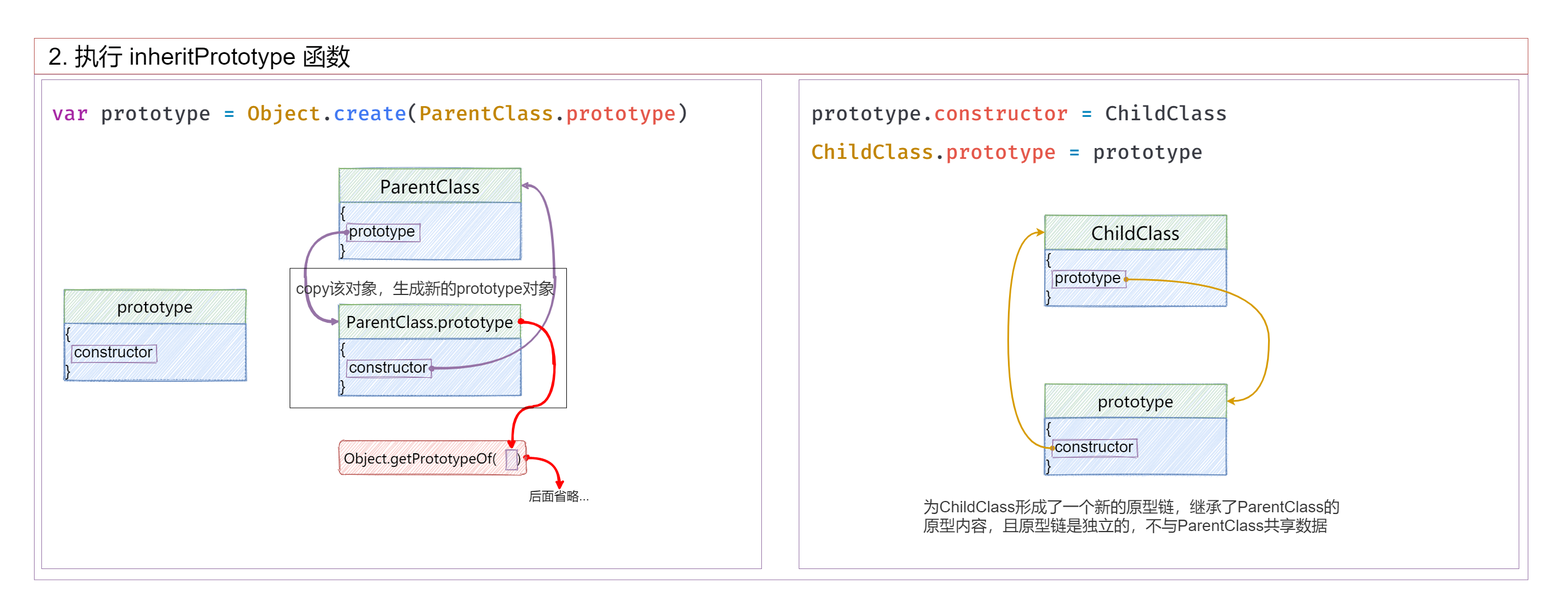
ywanzhou/Learn-front-end-from-scratc keeps this draw.io diagram as 04_JavaScript高级语法/07_继承/image/03_寄生组合式继承解析3.png. Above is the earlier version. Source tidied: cells renumbered, new cells last; positions are measured from the earlier drawing's top-left corner, leaving out a move shared by most shapes.
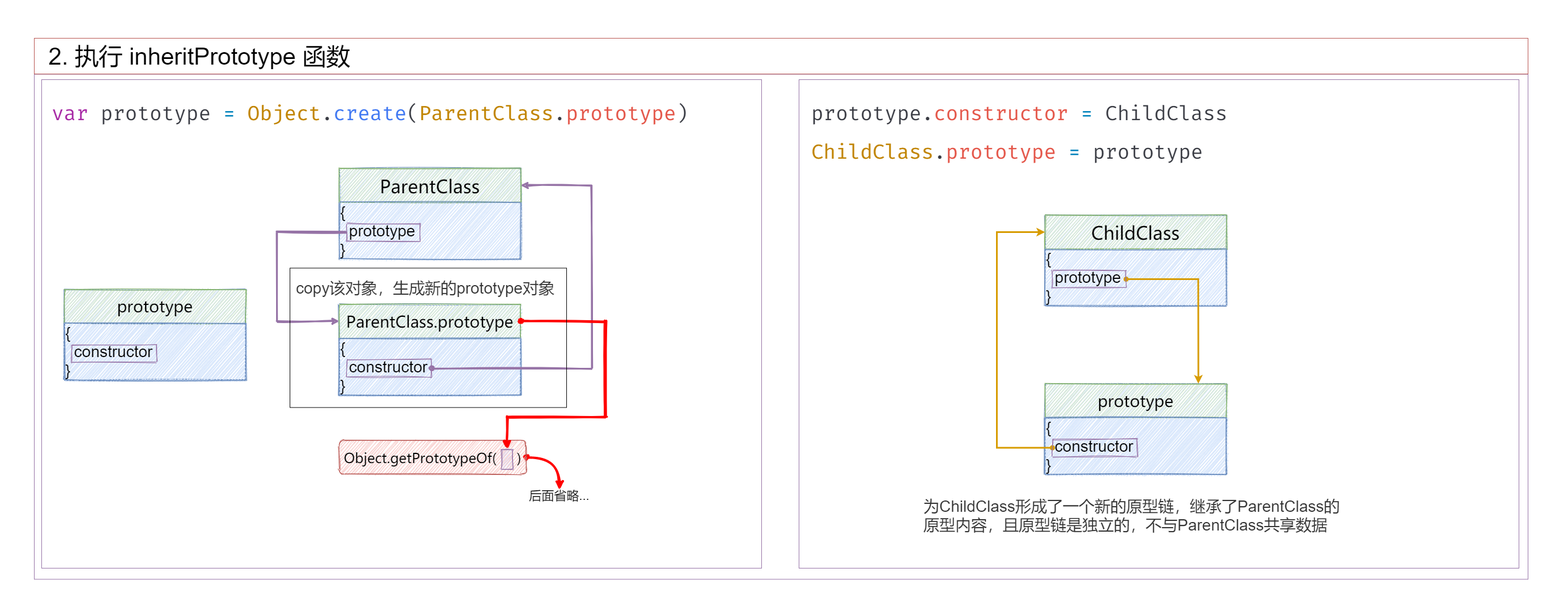
After the change.

Change to the diagram source:
```diff
@@ -2,6 +2,9 @@
   <root>
     <mxCell id="0" />
     <mxCell id="1" parent="0" />
+    <mxCell id="45" style="rounded=0;whiteSpace=wrap;html=1;fillColor=none;strokeColor=none;" parent="1" vertex="1">
+      <mxGeometry width="2765" height="1076" as="geometry" />
+    </mxCell>
     <mxCell id="2" style="rounded=0;whiteSpace=wrap;html=1;strokeColor=#9673a6;fillColor=none;" parent="1" vertex="1">
       <mxGeometry x="73" y="140" width="1270" height="862" as="geometry" />
     </mxCell>
@@ -29,22 +32,22 @@
     <mxCell id="10" value="&lt;font style=&quot;font-size: 28px&quot;&gt;{&lt;br&gt;&amp;nbsp; constructor&lt;br&gt;}&lt;/font&gt;" style="rounded=0;whiteSpace=wrap;html=1;fillColor=#dae8fc;strokeColor=#6c8ebf;align=left;sketch=1;" parent="1" vertex="1">
       <mxGeometry x="597.9" y="596.5" width="320" height="100" as="geometry" />
     </mxCell>
-    <mxCell id="11" style="edgeStyle=orthogonalEdgeStyle;curved=1;rounded=0;jettySize=auto;html=1;exitX=0;exitY=0.5;exitDx=0;exitDy=0;entryX=0;entryY=0.5;entryDx=0;entryDy=0;strokeWidth=3;fillColor=#e1d5e7;strokeColor=#9673a6;sketch=1;" parent="1" edge="1" source="12" target="7">
+    <mxCell id="11" style="edgeStyle=orthogonalEdgeStyle;rounded=0;jettySize=auto;html=1;exitX=0;exitY=0.5;exitDx=0;exitDy=0;entryX=0;entryY=0.5;entryDx=0;entryDy=0;strokeWidth=3;fillColor=#e1d5e7;strokeColor=#9673a6;sketch=1;" parent="1" edge="1" source="12" target="7">
       <mxGeometry relative="1" as="geometry">
         <Array as="points">
-          <mxPoint x="537.9" y="409.5" />
-          <mxPoint x="537.9" y="566.5" />
+          <mxPoint x="488" y="409" />
+          <mxPoint x="488" y="567" />
         </Array>
       </mxGeometry>
     </mxCell>
     <mxCell id="12" style="rounded=0;whiteSpace=wrap;html=1;strokeColor=#9673a6;fillColor=none;sketch=1;" parent="1" vertex="1">
       <mxGeometry x="610.9" y="394" width="130" height="31" as="geometry" />
     </mxCell>
-    <mxCell id="13" style="edgeStyle=orthogonalEdgeStyle;curved=1;rounded=0;jettySize=auto;html=1;exitX=1;exitY=0.5;exitDx=0;exitDy=0;entryX=1;entryY=0.5;entryDx=0;entryDy=0;strokeWidth=3;fillColor=#e1d5e7;strokeColor=#9673a6;sketch=1;startArrow=oval;startFill=1;" parent="1" edge="1" source="14" target="5">
+    <mxCell id="13" style="edgeStyle=orthogonalEdgeStyle;rounded=0;jettySize=auto;html=1;exitX=1;exitY=0.5;exitDx=0;exitDy=0;entryX=1;entryY=0.5;entryDx=0;entryDy=0;strokeWidth=3;fillColor=#e1d5e7;strokeColor=#9673a6;sketch=1;startArrow=oval;startFill=1;" parent="1" edge="1" source="14" target="5">
       <mxGeometry relative="1" as="geometry">
         <Array as="points">
-          <mxPoint x="977.9" y="649.5" />
-          <mxPoint x="977.9" y="326.5" />
+          <mxPoint x="1043" y="649" />
+          <mxPoint x="1043" y="327" />
         </Array>
       </mxGeometry>
     </mxCell>
@@ -58,27 +61,17 @@
       <mxGeometry x="597.9" y="776.5" width="330" height="60" as="geometry" />
     </mxCell>
     <mxCell id="17" style="rounded=0;whiteSpace=wrap;html=1;fillColor=#e1d5e7;strokeColor=#9673a6;sketch=1;" parent="1" vertex="1">
-      <mxGeometry x="891.9" y="792" width="20" height="35" as="geometry" />
+      <mxGeometry x="884" y="792" width="20" height="35" as="geometry" />
     </mxCell>
-    <mxCell id="18" style="edgeStyle=orthogonalEdgeStyle;curved=1;rounded=0;jettySize=auto;html=1;exitX=1;exitY=0.5;exitDx=0;exitDy=0;entryX=0.5;entryY=0;entryDx=0;entryDy=0;strokeWidth=4;fillColor=#f8cecc;sketch=1;startArrow=oval;startFill=1;strokeColor=#FF0000;" parent="1" edge="1" source="7" target="17">
+    <mxCell id="18" style="edgeStyle=orthogonalEdgeStyle;rounded=0;jettySize=auto;html=1;exitX=1;exitY=0.5;exitDx=0;exitDy=0;entryX=0.5;entryY=0;entryDx=0;entryDy=0;strokeWidth=4;fillColor=#f8cecc;sketch=1;startArrow=oval;startFill=1;strokeColor=#FF0000;" parent="1" edge="1" source="7" target="17">
       <mxGeometry relative="1" as="geometry">
         <Array as="points">
-          <mxPoint x="977.9" y="566.5" />
-          <mxPoint x="977.9" y="716.5" />
-          <mxPoint x="901.9" y="716.5" />
+          <mxPoint x="1068" y="567" />
+          <mxPoint x="1068" y="735" />
+          <mxPoint x="894" y="735" />
         </Array>
       </mxGeometry>
     </mxCell>
-    <mxCell id="19" style="edgeStyle=orthogonalEdgeStyle;curved=1;rounded=0;orthogonalLoop=1;jettySize=auto;html=1;exitX=0;exitY=0.5;exitDx=0;exitDy=0;entryX=0;entryY=0.5;entryDx=0;entryDy=0;strokeWidth=3;fillColor=#e1d5e7;strokeColor=#9673a6;sketch=1;startArrow=oval;startFill=1;" parent="1" edge="1">
-      <mxGeometry relative="1" as="geometry">
-        <mxPoint x="610.9" y="409.5" as="sourcePoint" />
-        <mxPoint x="597.9" y="566.5" as="targetPoint" />
-        <Array as="points">
-          <mxPoint x="537.9" y="409.5" />
-          <mxPoint x="537.9" y="566.5" />
-        </Array>
-      </mxGeometry>
-    </mxCell>
     <mxCell id="20" value="&lt;font style=&quot;font-size: 42px&quot;&gt;&amp;nbsp; 2. 执行 inheritPrototype 函数&lt;/font&gt;" style="text;html=1;align=left;verticalAlign=middle;whiteSpace=wrap;rounded=0;strokeColor=#b85450;" parent="1" vertex="1">
       <mxGeometry x="60" y="67" width="2635" height="63" as="geometry" />
     </mxCell>
@@ -127,13 +120,8 @@
     <mxCell id="35" value="&lt;font style=&quot;font-size: 28px&quot;&gt;{&lt;br&gt;&amp;nbsp; prototype&lt;br&gt;}&lt;/font&gt;" style="rounded=0;whiteSpace=wrap;html=1;fillColor=#dae8fc;strokeColor=#6c8ebf;align=left;sketch=1;" parent="1" vertex="1">
       <mxGeometry x="1843" y="439" width="320" height="100" as="geometry" />
     </mxCell>
-    <mxCell id="36" style="edgeStyle=orthogonalEdgeStyle;curved=1;rounded=0;jettySize=auto;html=1;exitX=1;exitY=0.5;exitDx=0;exitDy=0;entryX=1;entryY=0.5;entryDx=0;entryDy=0;strokeWidth=3;fillColor=#ffe6cc;strokeColor=#d79b00;startArrow=oval;startFill=1;" parent="1" edge="1" source="37" target="39">
-      <mxGeometry relative="1" as="geometry">
-        <Array as="points">
-          <mxPoint x="2238" y="492" />
-          <mxPoint x="2238" y="707" />
-        </Array>
-      </mxGeometry>
+    <mxCell id="36" style="edgeStyle=orthogonalEdgeStyle;rounded=0;jettySize=auto;html=1;exitX=1;exitY=0.5;exitDx=0;exitDy=0;entryX=0.845;entryY=-0.002;entryDx=0;entryDy=0;strokeWidth=3;fillColor=#ffe6cc;strokeColor=#d79b00;startArrow=oval;startFill=1;entryPerimeter=0;" parent="1" edge="1" source="37" target="39">
+      <mxGeometry relative="1" as="geometry" />
     </mxCell>
     <mxCell id="37" style="rounded=0;whiteSpace=wrap;html=1;strokeColor=#9673a6;fillColor=none;sketch=1;" parent="1" vertex="1">
       <mxGeometry x="1856" y="476.5" width="130" height="31" as="geometry" />
@@ -150,11 +138,11 @@
     <mxCell id="41" value="&lt;font style=&quot;font-size: 28px&quot;&gt;{&lt;br&gt;&amp;nbsp; constructor&lt;br&gt;}&lt;/font&gt;" style="rounded=0;whiteSpace=wrap;html=1;fillColor=#dae8fc;strokeColor=#6c8ebf;align=left;sketch=1;" parent="1" vertex="1">
       <mxGeometry x="1843" y="736.5" width="320" height="100" as="geometry" />
     </mxCell>
-    <mxCell id="42" style="edgeStyle=orthogonalEdgeStyle;curved=1;rounded=0;jettySize=auto;html=1;exitX=0;exitY=0.5;exitDx=0;exitDy=0;entryX=0;entryY=0.5;entryDx=0;entryDy=0;startArrow=oval;startFill=1;strokeWidth=3;fillColor=#ffe6cc;strokeColor=#d79b00;" parent="1" edge="1" source="43" target="34">
+    <mxCell id="42" style="edgeStyle=orthogonalEdgeStyle;rounded=0;jettySize=auto;html=1;exitX=0;exitY=0.5;exitDx=0;exitDy=0;entryX=0;entryY=0.5;entryDx=0;entryDy=0;startArrow=oval;startFill=1;strokeWidth=3;fillColor=#ffe6cc;strokeColor=#d79b00;" parent="1" edge="1" source="43" target="34">
       <mxGeometry relative="1" as="geometry">
         <Array as="points">
-          <mxPoint x="1778" y="790" />
-          <mxPoint x="1778" y="409" />
+          <mxPoint x="1758" y="789" />
+          <mxPoint x="1758" y="409" />
         </Array>
       </mxGeometry>
     </mxCell>
@@ -164,8 +152,5 @@
     <mxCell id="44" value="&lt;font style=&quot;font-size: 28px&quot; color=&quot;#333333&quot;&gt;为ChildClass形成了一个新的原型链，继承了ParentClass的原型内容，且原型链是独立的，不与ParentClass共享数据&lt;/font&gt;" style="text;html=1;strokeColor=none;fillColor=none;align=left;verticalAlign=middle;whiteSpace=wrap;rounded=0;" parent="1" vertex="1">
       <mxGeometry x="1626.5" y="867" width="753" height="83" as="geometry" />
     </mxCell>
-    <mxCell id="45" style="rounded=0;whiteSpace=wrap;html=1;fillColor=none;strokeColor=none;" parent="1" vertex="1">
-      <mxGeometry width="2765" height="1076" as="geometry" />
-    </mxCell>
   </root>
 </mxGraphModel>
```
